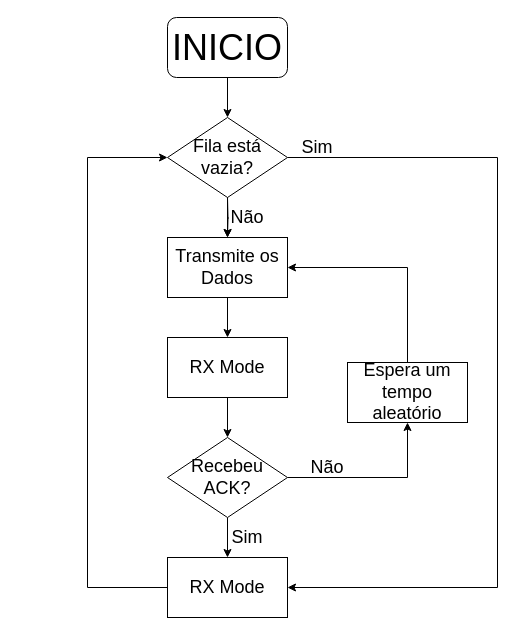
Above: test.drawio in liwing1/PIBIC (draw.io), before the change. Source tidied: cells renumbered, new cells numbered last; positions are measured from the earlier drawing's top-left corner, leaving out a move shared by most shapes. Both pictures are drawn from the tidied source at 100%, with x=0, y=0 at pixel (87, 17).
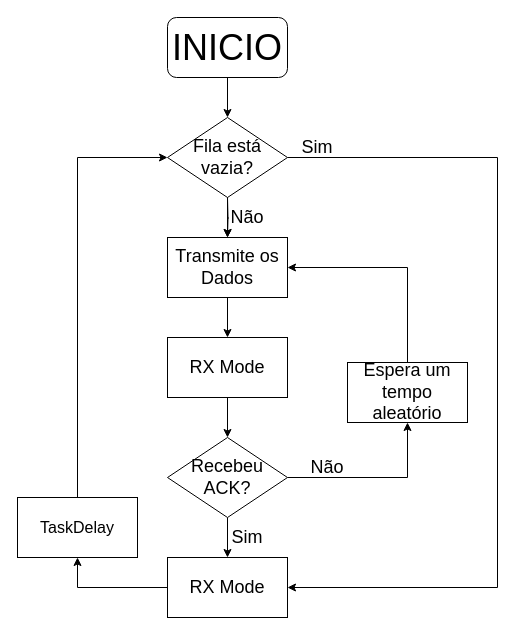
The same page after the edit.

The change refers to these unchanged cells:
```xml
<mxCell id="6" value="&lt;font style=&quot;font-size: 18px&quot;&gt;Fila está vazia?&lt;/font&gt;" style="rhombus;whiteSpace=wrap;html=1;" parent="1" vertex="1">
  <mxGeometry x="80" y="100" width="120" height="80" as="geometry" />
</mxCell>
<mxCell id="19" value="&lt;font style=&quot;font-size: 18px&quot;&gt;RX Mode&lt;/font&gt;" style="whiteSpace=wrap;html=1;" parent="1" vertex="1">
  <mxGeometry x="80" y="540" width="120" height="60" as="geometry" />
</mxCell>
```

What changed in the source:
```diff
@@
-    <mxCell id="18" style="edgeStyle=orthogonalEdgeStyle;rounded=0;jettySize=auto;html=1;entryX=0;entryY=0.5;entryDx=0;entryDy=0;" parent="1" edge="1" source="19" target="6">
-      <mxGeometry relative="1" as="geometry">
-        <Array as="points">
-          <mxPoint y="570" />
-          <mxPoint y="140" />
-        </Array>
-      </mxGeometry>
-    </mxCell>
+    <mxCell id="23" style="edgeStyle=orthogonalEdgeStyle;rounded=0;jettySize=auto;html=1;entryX=0.5;entryY=1;entryDx=0;entryDy=0;" parent="1" edge="1" source="19" target="25">
+      <mxGeometry relative="1" as="geometry" />
+    </mxCell>
@@
+    <mxCell id="24" style="edgeStyle=orthogonalEdgeStyle;rounded=0;jettySize=auto;html=1;exitX=0.5;exitY=0;exitDx=0;exitDy=0;entryX=0;entryY=0.5;entryDx=0;entryDy=0;" parent="1" edge="1" source="25" target="6">
+      <mxGeometry relative="1" as="geometry" />
+    </mxCell>
+    <mxCell id="25" value="&lt;div&gt;&lt;font size=&quot;3&quot;&gt;TaskDelay&lt;/font&gt;&lt;br&gt;&lt;/div&gt;" style="whiteSpace=wrap;html=1;" parent="1" vertex="1">
+      <mxGeometry x="-70" y="480" width="120" height="60" as="geometry" />
+    </mxCell>
```
